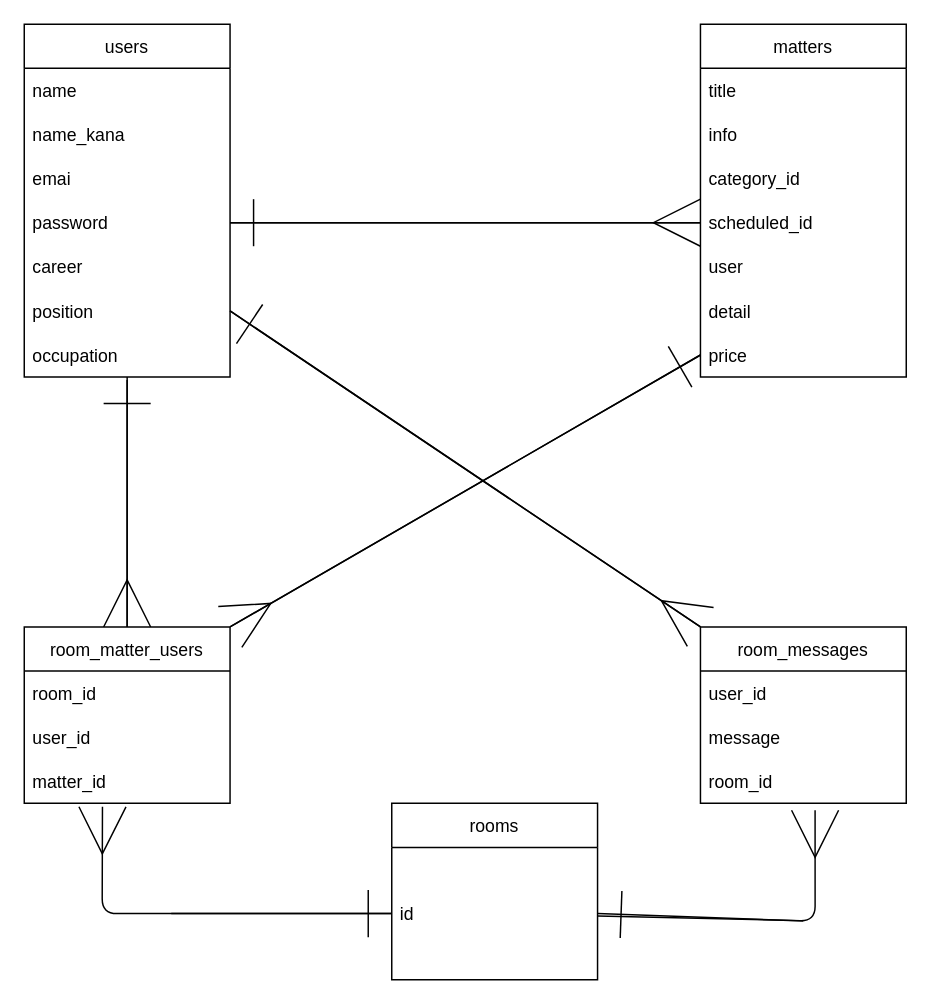
Earlier version of the draw.io diagram test.dio (masakku/job-en-c). Source tidied: cells renumbered, new cells numbered last; positions are measured from the earlier drawing's top-left corner, leaving out a move shared by most shapes. Both pictures are drawn from the tidied source at 147%, with x=0, y=0 at pixel (24, 24).
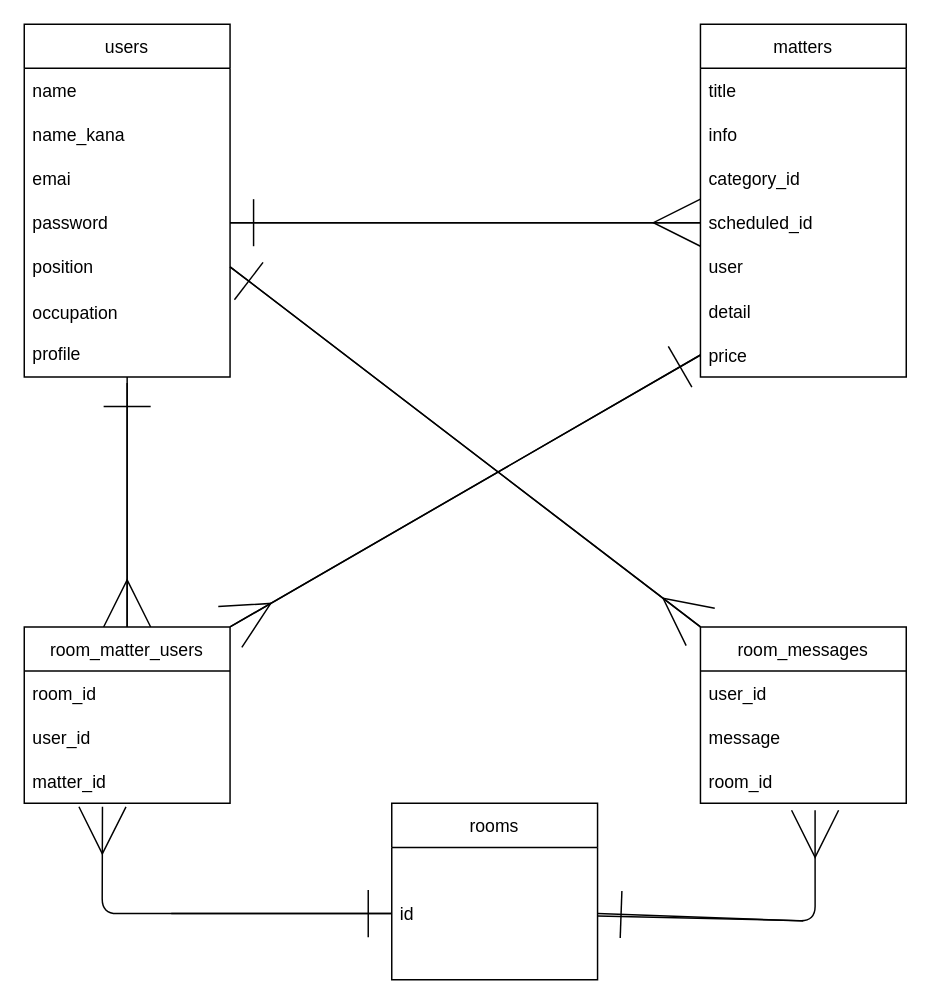
The same page after the edit.

Unchanged cells that the change refers to:
```xml
<mxCell id="3" value="users" style="swimlane;fontStyle=0;horizontal=1;startSize=30;" parent="1" vertex="1">
  <mxGeometry width="140" height="240" as="geometry" />
</mxCell>
```

Diff of the diagram source:
```diff
@@
-    <mxCell id="8" value="career" style="text;strokeColor=none;fillColor=none;align=left;verticalAlign=middle;spacingLeft=4;spacingRight=4;overflow=hidden;" parent="3" vertex="1">
-      <mxGeometry y="150" width="140" height="30" as="geometry" />
-    </mxCell>
     <mxCell id="9" value="position" style="text;strokeColor=none;fillColor=none;align=left;verticalAlign=middle;spacingLeft=4;spacingRight=4;overflow=hidden;points=[[0,0.5],[1,0.5]];portConstraint=eastwest;" parent="3" vertex="1">
-      <mxGeometry y="180" width="140" height="30" as="geometry" />
+      <mxGeometry y="150" width="140" height="30" as="geometry" />
     </mxCell>
-    <mxCell id="10" value="occupation" style="text;strokeColor=none;fillColor=none;align=left;verticalAlign=middle;spacingLeft=4;spacingRight=4;overflow=hidden;points=[[0,0.5],[1,0.5]];portConstraint=eastwest;" parent="3" vertex="1">
-      <mxGeometry y="210" width="140" height="30" as="geometry" />
+    <mxCell id="10" value="occupation&#10;&#10;profile" style="text;strokeColor=none;fillColor=none;align=left;verticalAlign=middle;spacingLeft=4;spacingRight=4;overflow=hidden;points=[[0,0.5],[1,0.5]];portConstraint=eastwest;" parent="3" vertex="1">
+      <mxGeometry y="180" width="140" height="60" as="geometry" />
     </mxCell>
```
